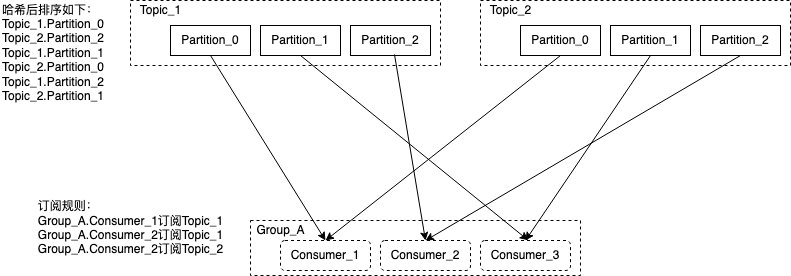
Earlier version of the draw.io export kafka Round Robin分配策略.png (wu0hgl/note_pic). Source tidied: cells renumbered, new cells last; positions are measured from the earlier drawing's top-left corner, leaving out a move shared by most shapes. The source it was exported from:
```xml
<mxGraphModel>
  <root>
    <mxCell id="0" />
    <mxCell id="1" parent="0" />
    <mxCell id="2" style="rounded=0;whiteSpace=wrap;html=1;dashed=1;" parent="1" vertex="1">
      <mxGeometry x="250" y="220" width="330" height="55" as="geometry" />
    </mxCell>
    <mxCell id="3" style="rounded=0;whiteSpace=wrap;html=1;dashed=1;" parent="1" vertex="1">
      <mxGeometry x="130" width="310" height="65" as="geometry" />
    </mxCell>
    <mxCell id="4" value="Partition_0" style="rounded=0;whiteSpace=wrap;html=1;" parent="1" vertex="1">
      <mxGeometry x="170" y="25" width="80" height="30" as="geometry" />
    </mxCell>
    <mxCell id="5" value="Partition_1" style="rounded=0;whiteSpace=wrap;html=1;" parent="1" vertex="1">
      <mxGeometry x="260" y="25" width="80" height="30" as="geometry" />
    </mxCell>
    <mxCell id="6" value="Partition_2" style="rounded=0;whiteSpace=wrap;html=1;" parent="1" vertex="1">
      <mxGeometry x="350" y="25" width="80" height="30" as="geometry" />
    </mxCell>
    <mxCell id="7" value="Topic_1" style="text;html=1;align=center;verticalAlign=middle;fillColor=none;strokeColor=none;rounded=0;" parent="1" vertex="1">
      <mxGeometry x="130" width="60" height="20" as="geometry" />
    </mxCell>
    <mxCell id="8" value="Consumer_3" style="rounded=1;whiteSpace=wrap;html=1;dashed=1;strokeColor=#000000;" parent="1" vertex="1">
      <mxGeometry x="480" y="240" width="90" height="30" as="geometry" />
    </mxCell>
    <mxCell id="9" value="Consumer_1" style="rounded=1;whiteSpace=wrap;html=1;dashed=1;strokeColor=#000000;" parent="1" vertex="1">
      <mxGeometry x="280" y="240" width="90" height="30" as="geometry" />
    </mxCell>
    <mxCell id="10" value="Consumer_2" style="rounded=1;whiteSpace=wrap;html=1;dashed=1;strokeColor=#000000;" parent="1" vertex="1">
      <mxGeometry x="380" y="240" width="90" height="30" as="geometry" />
    </mxCell>
    <mxCell id="11" value="&lt;div&gt;Group_A&lt;/div&gt;" style="text;html=1;align=center;verticalAlign=middle;fillColor=none;strokeColor=none;rounded=0;" parent="1" vertex="1">
      <mxGeometry x="250" y="220" width="60" height="20" as="geometry" />
    </mxCell>
    <mxCell id="12" style="rounded=0;whiteSpace=wrap;html=1;dashed=1;" parent="1" vertex="1">
      <mxGeometry x="480" width="310" height="65" as="geometry" />
    </mxCell>
    <mxCell id="13" value="Partition_0" style="rounded=0;whiteSpace=wrap;html=1;" parent="1" vertex="1">
      <mxGeometry x="520" y="25" width="80" height="30" as="geometry" />
    </mxCell>
    <mxCell id="14" value="Partition_1" style="rounded=0;whiteSpace=wrap;html=1;" parent="1" vertex="1">
      <mxGeometry x="610" y="25" width="80" height="30" as="geometry" />
    </mxCell>
    <mxCell id="15" value="Partition_2" style="rounded=0;whiteSpace=wrap;html=1;" parent="1" vertex="1">
      <mxGeometry x="700" y="25" width="80" height="30" as="geometry" />
    </mxCell>
    <mxCell id="16" value="Topic_2" style="text;html=1;align=center;verticalAlign=middle;fillColor=none;strokeColor=none;rounded=0;" parent="1" vertex="1">
      <mxGeometry x="480" width="60" height="20" as="geometry" />
    </mxCell>
    <mxCell id="17" value="&lt;div align=&quot;left&quot;&gt;订阅规则：&lt;/div&gt;&lt;div&gt;Group_A.Consumer_1订阅Topic_1&lt;/div&gt;&lt;div&gt;Group_A.Consumer_2订阅Topic_1&lt;/div&gt;&lt;div&gt;Group_A.Consumer_2订阅Topic_2&lt;/div&gt;&lt;div&gt;&lt;br&gt;&lt;/div&gt;" style="text;html=1;align=center;verticalAlign=middle;fillColor=none;strokeColor=none;rounded=0;dashed=1;" parent="1" vertex="1">
      <mxGeometry x="30" y="195" width="200" height="80" as="geometry" />
    </mxCell>
    <mxCell id="18" value="&lt;div align=&quot;left&quot;&gt;哈希后排序如下：&lt;br&gt;&lt;/div&gt;&lt;div align=&quot;left&quot;&gt;Topic_1.Partition_0&lt;/div&gt;&lt;div align=&quot;left&quot;&gt;Topic_2.Partition_2&lt;/div&gt;&lt;div align=&quot;left&quot;&gt;Topic_1.Partition_1&lt;/div&gt;&lt;div align=&quot;left&quot;&gt;Topic_2.Partition_0&lt;/div&gt;&lt;div align=&quot;left&quot;&gt;Topic_1.Partition_2&lt;/div&gt;&lt;div align=&quot;left&quot;&gt;Topic_2.Partition_1&lt;/div&gt;&lt;div align=&quot;left&quot;&gt;&lt;br&gt;&lt;/div&gt;" style="text;html=1;align=left;verticalAlign=middle;fillColor=none;strokeColor=none;rounded=0;dashed=1;" parent="1" vertex="1">
      <mxGeometry width="120" height="120" as="geometry" />
    </mxCell>
    <mxCell id="19" style="endArrow=classic;html=1;exitX=0.5;exitY=1;exitDx=0;exitDy=0;entryX=0.5;entryY=0;entryDx=0;entryDy=0;" parent="1" edge="1" source="4" target="9">
      <mxGeometry relative="1" as="geometry" />
    </mxCell>
    <mxCell id="20" style="endArrow=classic;html=1;entryX=0.5;entryY=0;entryDx=0;entryDy=0;exitX=0.5;exitY=1;exitDx=0;exitDy=0;" parent="1" edge="1" source="15" target="10">
      <mxGeometry relative="1" as="geometry" />
    </mxCell>
    <mxCell id="21" style="endArrow=classic;html=1;entryX=0.53;entryY=-0.008;entryDx=0;entryDy=0;exitX=0.5;exitY=1;exitDx=0;exitDy=0;entryPerimeter=0;" parent="1" edge="1" source="5" target="8">
      <mxGeometry relative="1" as="geometry" />
    </mxCell>
    <mxCell id="22" style="endArrow=classic;html=1;entryX=0.5;entryY=0;entryDx=0;entryDy=0;exitX=0.5;exitY=1;exitDx=0;exitDy=0;" parent="1" edge="1" source="13" target="9">
      <mxGeometry relative="1" as="geometry" />
    </mxCell>
    <mxCell id="23" style="endArrow=classic;html=1;entryX=0.5;entryY=0;entryDx=0;entryDy=0;exitX=0.55;exitY=0.967;exitDx=0;exitDy=0;exitPerimeter=0;" parent="1" edge="1" source="6" target="10">
      <mxGeometry relative="1" as="geometry" />
    </mxCell>
    <mxCell id="24" style="endArrow=classic;html=1;exitX=0.5;exitY=1;exitDx=0;exitDy=0;entryX=0.5;entryY=0;entryDx=0;entryDy=0;" parent="1" edge="1" source="14" target="8">
      <mxGeometry relative="1" as="geometry" />
    </mxCell>
  </root>
</mxGraphModel>
```
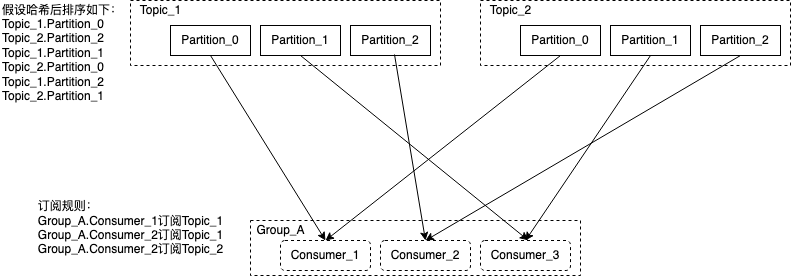
The same diagram one commit later.

Commit message:
更新kafka Round Robin分配策略.png

The edit, as a diff of the source:
```diff
@@ -50,8 +50,8 @@
     <mxCell id="17" value="&lt;div align=&quot;left&quot;&gt;订阅规则：&lt;/div&gt;&lt;div&gt;Group_A.Consumer_1订阅Topic_1&lt;/div&gt;&lt;div&gt;Group_A.Consumer_2订阅Topic_1&lt;/div&gt;&lt;div&gt;Group_A.Consumer_2订阅Topic_2&lt;/div&gt;&lt;div&gt;&lt;br&gt;&lt;/div&gt;" style="text;html=1;align=center;verticalAlign=middle;fillColor=none;strokeColor=none;rounded=0;dashed=1;" parent="1" vertex="1">
       <mxGeometry x="30" y="195" width="200" height="80" as="geometry" />
     </mxCell>
-    <mxCell id="18" value="&lt;div align=&quot;left&quot;&gt;哈希后排序如下：&lt;br&gt;&lt;/div&gt;&lt;div align=&quot;left&quot;&gt;Topic_1.Partition_0&lt;/div&gt;&lt;div align=&quot;left&quot;&gt;Topic_2.Partition_2&lt;/div&gt;&lt;div align=&quot;left&quot;&gt;Topic_1.Partition_1&lt;/div&gt;&lt;div align=&quot;left&quot;&gt;Topic_2.Partition_0&lt;/div&gt;&lt;div align=&quot;left&quot;&gt;Topic_1.Partition_2&lt;/div&gt;&lt;div align=&quot;left&quot;&gt;Topic_2.Partition_1&lt;/div&gt;&lt;div align=&quot;left&quot;&gt;&lt;br&gt;&lt;/div&gt;" style="text;html=1;align=left;verticalAlign=middle;fillColor=none;strokeColor=none;rounded=0;dashed=1;" parent="1" vertex="1">
-      <mxGeometry width="120" height="120" as="geometry" />
+    <mxCell id="18" value="&lt;div align=&quot;left&quot;&gt;假设哈希后排序如下：&lt;br&gt;&lt;/div&gt;&lt;div align=&quot;left&quot;&gt;Topic_1.Partition_0&lt;/div&gt;&lt;div align=&quot;left&quot;&gt;Topic_2.Partition_2&lt;/div&gt;&lt;div align=&quot;left&quot;&gt;Topic_1.Partition_1&lt;/div&gt;&lt;div align=&quot;left&quot;&gt;Topic_2.Partition_0&lt;/div&gt;&lt;div align=&quot;left&quot;&gt;Topic_1.Partition_2&lt;/div&gt;&lt;div align=&quot;left&quot;&gt;Topic_2.Partition_1&lt;/div&gt;&lt;div align=&quot;left&quot;&gt;&lt;br&gt;&lt;/div&gt;" style="text;html=1;align=left;verticalAlign=middle;fillColor=none;strokeColor=none;rounded=0;dashed=1;" parent="1" vertex="1">
+      <mxGeometry width="140" height="120" as="geometry" />
     </mxCell>
     <mxCell id="19" style="endArrow=classic;html=1;exitX=0.5;exitY=1;exitDx=0;exitDy=0;entryX=0.5;entryY=0;entryDx=0;entryDy=0;" parent="1" edge="1" source="4" target="9">
       <mxGeometry relative="1" as="geometry" />
```
